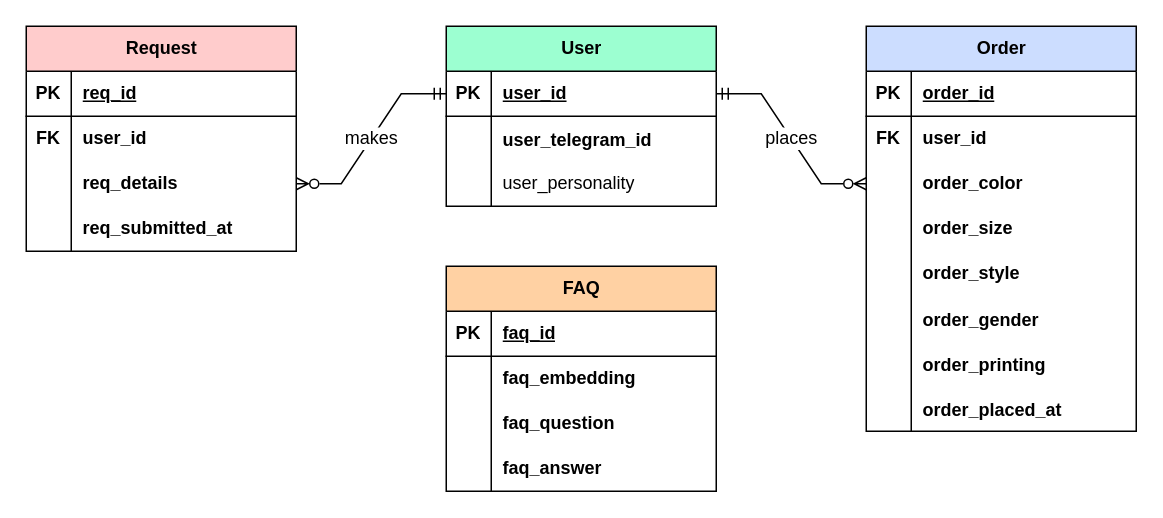
Earlier version of the draw.io diagram page "database" (1 of 2) of docs/diagram.drawio (vintoniuk/anadeabot). Source tidied: cells renumbered, new cells numbered last; positions are measured from the earlier drawing's top-left corner, leaving out a move shared by most shapes. Both pictures are drawn from the tidied source at 150%, with x=0, y=0 at pixel (26, 26).
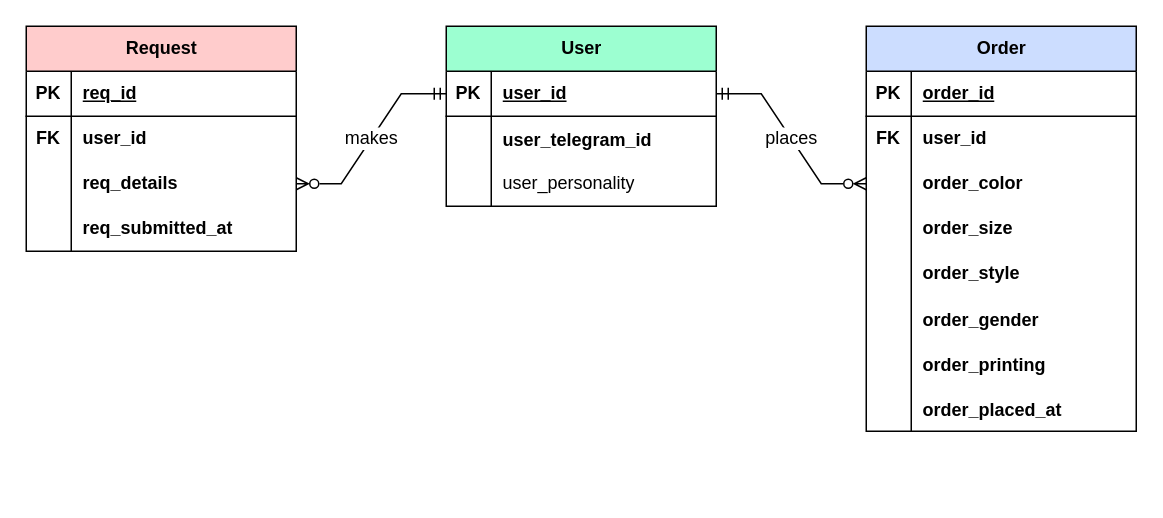
Above is the later version.

Diff of the diagram source:
```diff
@@
-    <mxCell id="37" value="FAQ" style="shape=table;startSize=30;childLayout=tableLayout;rowLines=0;fontStyle=1;align=center;html=1;fillColor=#FFD1A3;fontFamily=JetBrains Mono;swimlaneFillColor=default;shadow=0;" parent="1" vertex="1">
-      <mxGeometry x="280" y="160" width="180" height="150" as="geometry" />
-    </mxCell>
-    <mxCell id="38" style="shape=tableRow;horizontal=0;startSize=0;swimlaneHead=0;swimlaneBody=0;fillColor=none;top=0;left=0;right=0;bottom=1;fontFamily=JetBrains Mono;" parent="37" vertex="1">
-      <mxGeometry y="30" width="180" height="30" as="geometry" />
-    </mxCell>
-    <mxCell id="39" value="PK" style="shape=partialRectangle;fillColor=none;top=0;left=0;bottom=0;right=0;fontStyle=1;overflow=hidden;whiteSpace=wrap;html=1;fontFamily=JetBrains Mono;" parent="38" vertex="1">
-      <mxGeometry width="30" height="30" as="geometry" />
-    </mxCell>
-    <mxCell id="40" value="faq_id" style="shape=partialRectangle;fillColor=none;top=0;left=0;bottom=0;right=0;align=left;spacingLeft=6;fontStyle=5;overflow=hidden;whiteSpace=wrap;html=1;fontFamily=JetBrains Mono;" parent="38" vertex="1">
-      <mxGeometry x="30" width="150" height="30" as="geometry" />
-    </mxCell>
-    <mxCell id="41" style="shape=tableRow;horizontal=0;startSize=0;swimlaneHead=0;swimlaneBody=0;fillColor=none;top=0;left=0;right=0;bottom=0;fontFamily=JetBrains Mono;" parent="37" vertex="1">
-      <mxGeometry y="60" width="180" height="30" as="geometry" />
-    </mxCell>
-    <mxCell id="42" style="shape=partialRectangle;fillColor=none;top=0;left=0;bottom=0;right=0;overflow=hidden;whiteSpace=wrap;html=1;fontFamily=JetBrains Mono;" parent="41" vertex="1">
-      <mxGeometry width="30" height="30" as="geometry" />
-    </mxCell>
-    <mxCell id="43" value="faq_embedding" style="shape=partialRectangle;fillColor=none;top=0;left=0;bottom=0;right=0;align=left;spacingLeft=6;overflow=hidden;whiteSpace=wrap;html=1;fontStyle=1;fontFamily=JetBrains Mono;" parent="41" vertex="1">
-      <mxGeometry x="30" width="150" height="30" as="geometry" />
-    </mxCell>
-    <mxCell id="44" style="shape=tableRow;horizontal=0;startSize=0;swimlaneHead=0;swimlaneBody=0;fillColor=none;top=0;left=0;right=0;bottom=0;fontFamily=JetBrains Mono;" parent="37" vertex="1">
-      <mxGeometry y="90" width="180" height="30" as="geometry" />
-    </mxCell>
-    <mxCell id="45" style="shape=partialRectangle;fillColor=none;top=0;left=0;bottom=0;right=0;overflow=hidden;whiteSpace=wrap;html=1;fontFamily=JetBrains Mono;" parent="44" vertex="1">
-      <mxGeometry width="30" height="30" as="geometry" />
-    </mxCell>
-    <mxCell id="46" value="faq_question" style="shape=partialRectangle;fillColor=none;top=0;left=0;bottom=0;right=0;align=left;spacingLeft=6;overflow=hidden;whiteSpace=wrap;html=1;fontStyle=1;fontFamily=JetBrains Mono;" parent="44" vertex="1">
-      <mxGeometry x="30" width="150" height="30" as="geometry" />
-    </mxCell>
-    <mxCell id="47" style="shape=tableRow;horizontal=0;startSize=0;swimlaneHead=0;swimlaneBody=0;fillColor=none;top=0;left=0;right=0;bottom=0;fontFamily=JetBrains Mono;" parent="37" vertex="1">
-      <mxGeometry y="120" width="180" height="30" as="geometry" />
-    </mxCell>
-    <mxCell id="48" style="shape=partialRectangle;fillColor=none;top=0;left=0;bottom=0;right=0;overflow=hidden;whiteSpace=wrap;html=1;fontFamily=JetBrains Mono;" parent="47" vertex="1">
-      <mxGeometry width="30" height="30" as="geometry" />
-    </mxCell>
-    <mxCell id="49" value="faq_answer" style="shape=partialRectangle;fillColor=none;top=0;left=0;bottom=0;right=0;align=left;spacingLeft=6;overflow=hidden;whiteSpace=wrap;html=1;fontStyle=1;fontFamily=JetBrains Mono;" parent="47" vertex="1">
-      <mxGeometry x="30" width="150" height="30" as="geometry" />
-    </mxCell>
```
